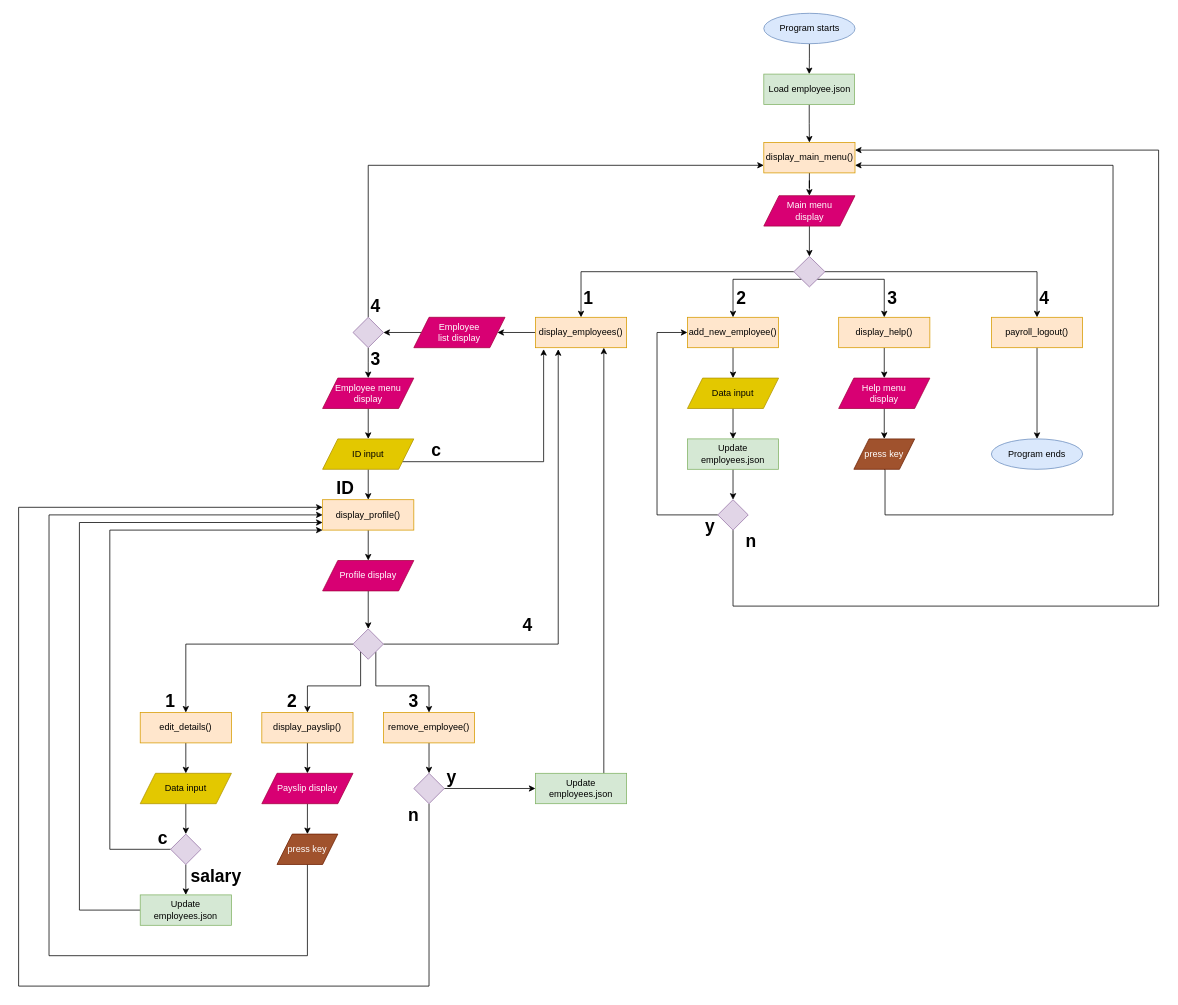
Earlier version of the draw.io diagram SD-TA-010-A-Assignment/latest.drawio (gamzefitz/ProceduralProgramming). Source tidied: cells renumbered, new cells numbered last; positions are measured from the earlier drawing's top-left corner, leaving out a move shared by most shapes. Both pictures are drawn from the tidied source at 76%, with x=0, y=0 at pixel (18, 13).
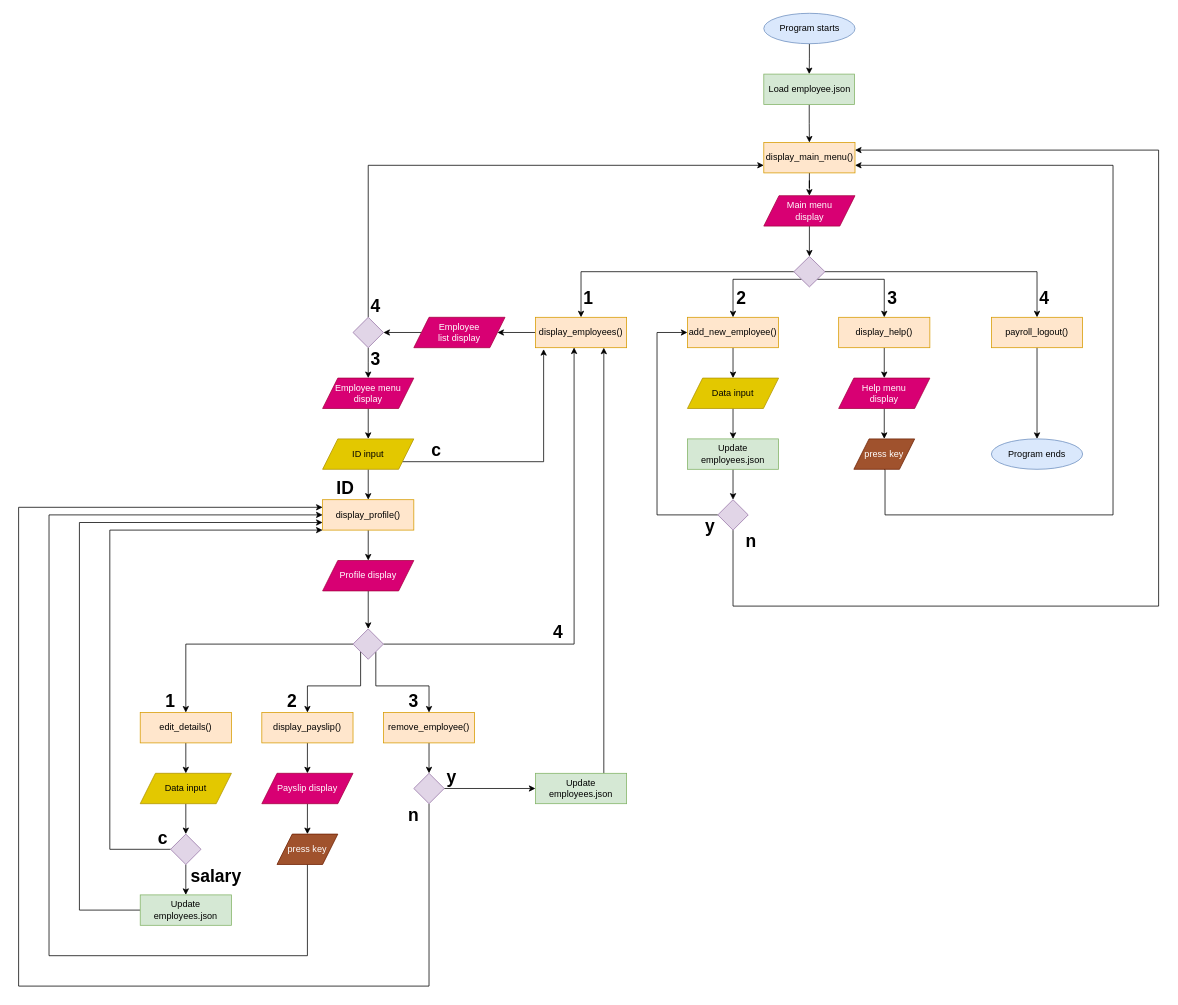
Above is the later version.

Unchanged cells that the change refers to:
```xml
<mxCell id="14" value="display_employees()" style="rounded=0;whiteSpace=wrap;html=1;fillColor=#ffe6cc;strokeColor=#d79b00;" parent="1" vertex="1">
  <mxGeometry x="680" y="400" width="120" height="40" as="geometry" />
</mxCell>
<mxCell id="54" style="rhombus;whiteSpace=wrap;html=1;fillColor=#e1d5e7;strokeColor=#9673a6;" parent="1" vertex="1">
  <mxGeometry x="440" y="810" width="40" height="40" as="geometry" />
</mxCell>
```

What changed in the source:
```diff
@@
-    <mxCell id="53" style="edgeStyle=orthogonalEdgeStyle;rounded=0;jettySize=auto;html=1;" parent="1" edge="1" source="54">
+    <mxCell id="53" style="edgeStyle=orthogonalEdgeStyle;rounded=0;jettySize=auto;html=1;entryX=0.424;entryY=0.993;entryDx=0;entryDy=0;entryPerimeter=0;" parent="1" edge="1" source="54" target="14">
       <mxGeometry relative="1" as="geometry">
-        <mxPoint x="710" y="442" as="targetPoint" />
         <Array as="points">
-          <mxPoint x="710" y="830" />
-          <mxPoint x="710" y="442" />
+          <mxPoint x="731" y="830" />
         </Array>
       </mxGeometry>
     </mxCell>
@@
     <mxCell id="77" value="4" style="text;html=1;whiteSpace=wrap;strokeColor=none;fillColor=none;align=center;verticalAlign=middle;rounded=0;fontStyle=1;labelBackgroundColor=#FFFFFF;fontSize=23;" parent="1" vertex="1">
-      <mxGeometry x="640" y="790" width="60" height="30" as="geometry" />
+      <mxGeometry x="680" y="800" width="60" height="30" as="geometry" />
     </mxCell>
```
